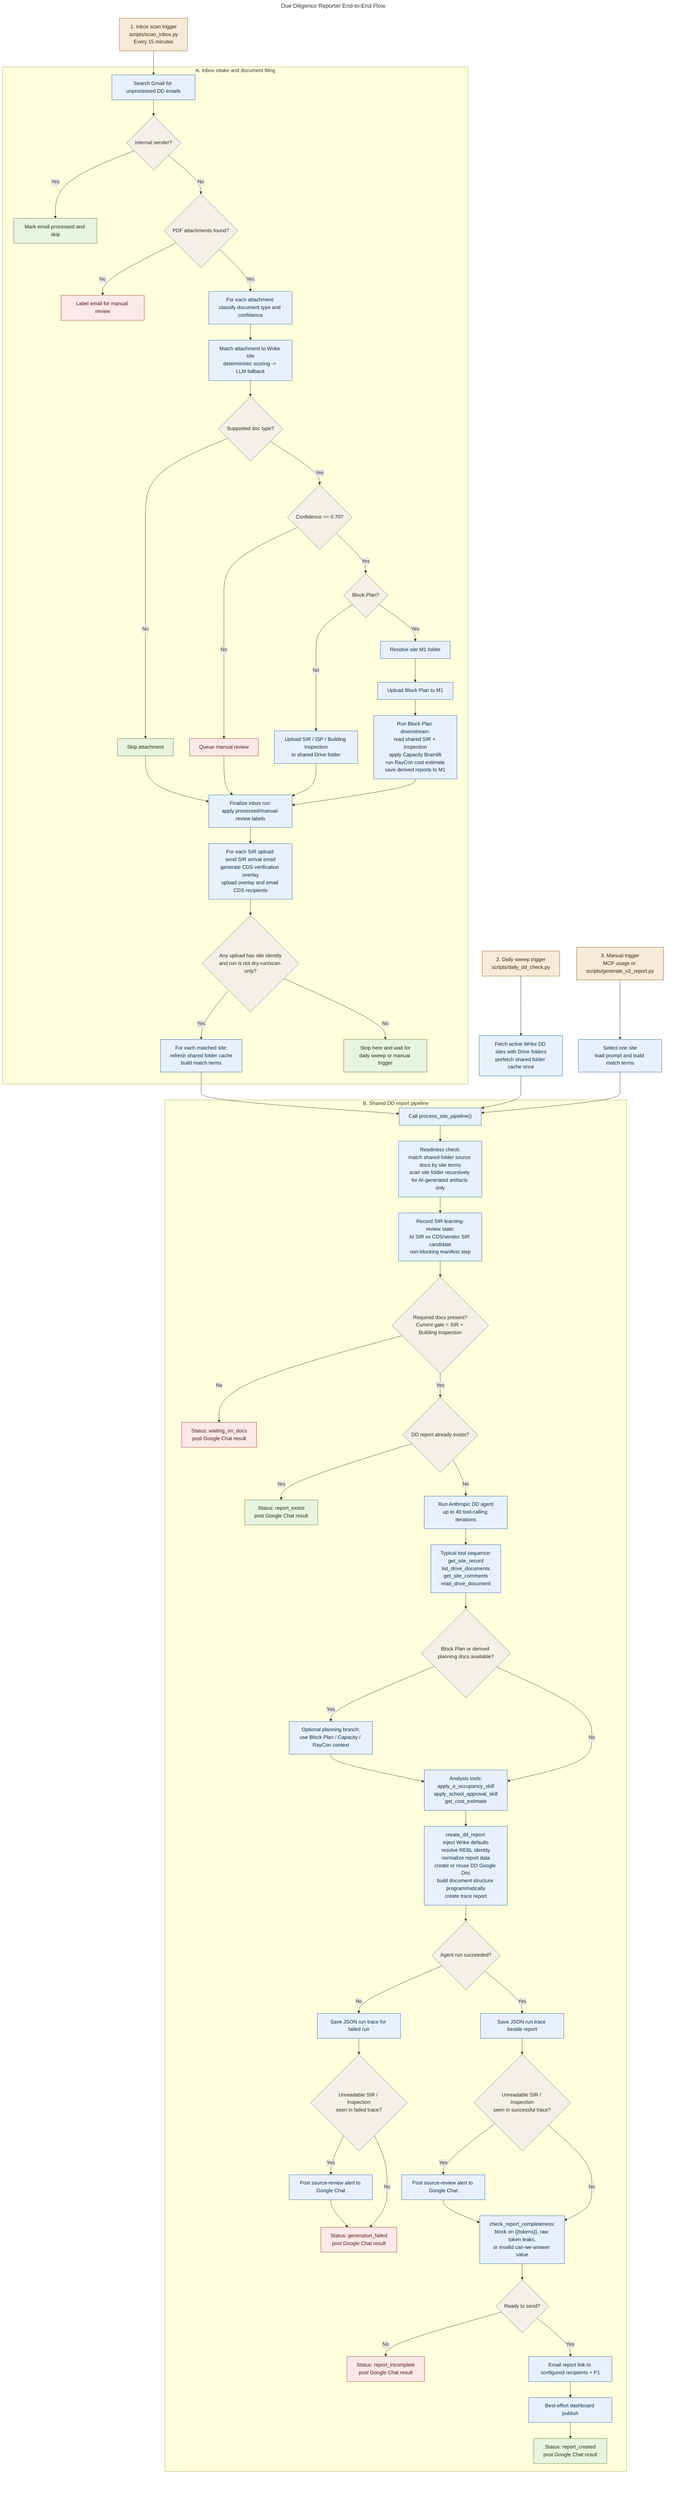
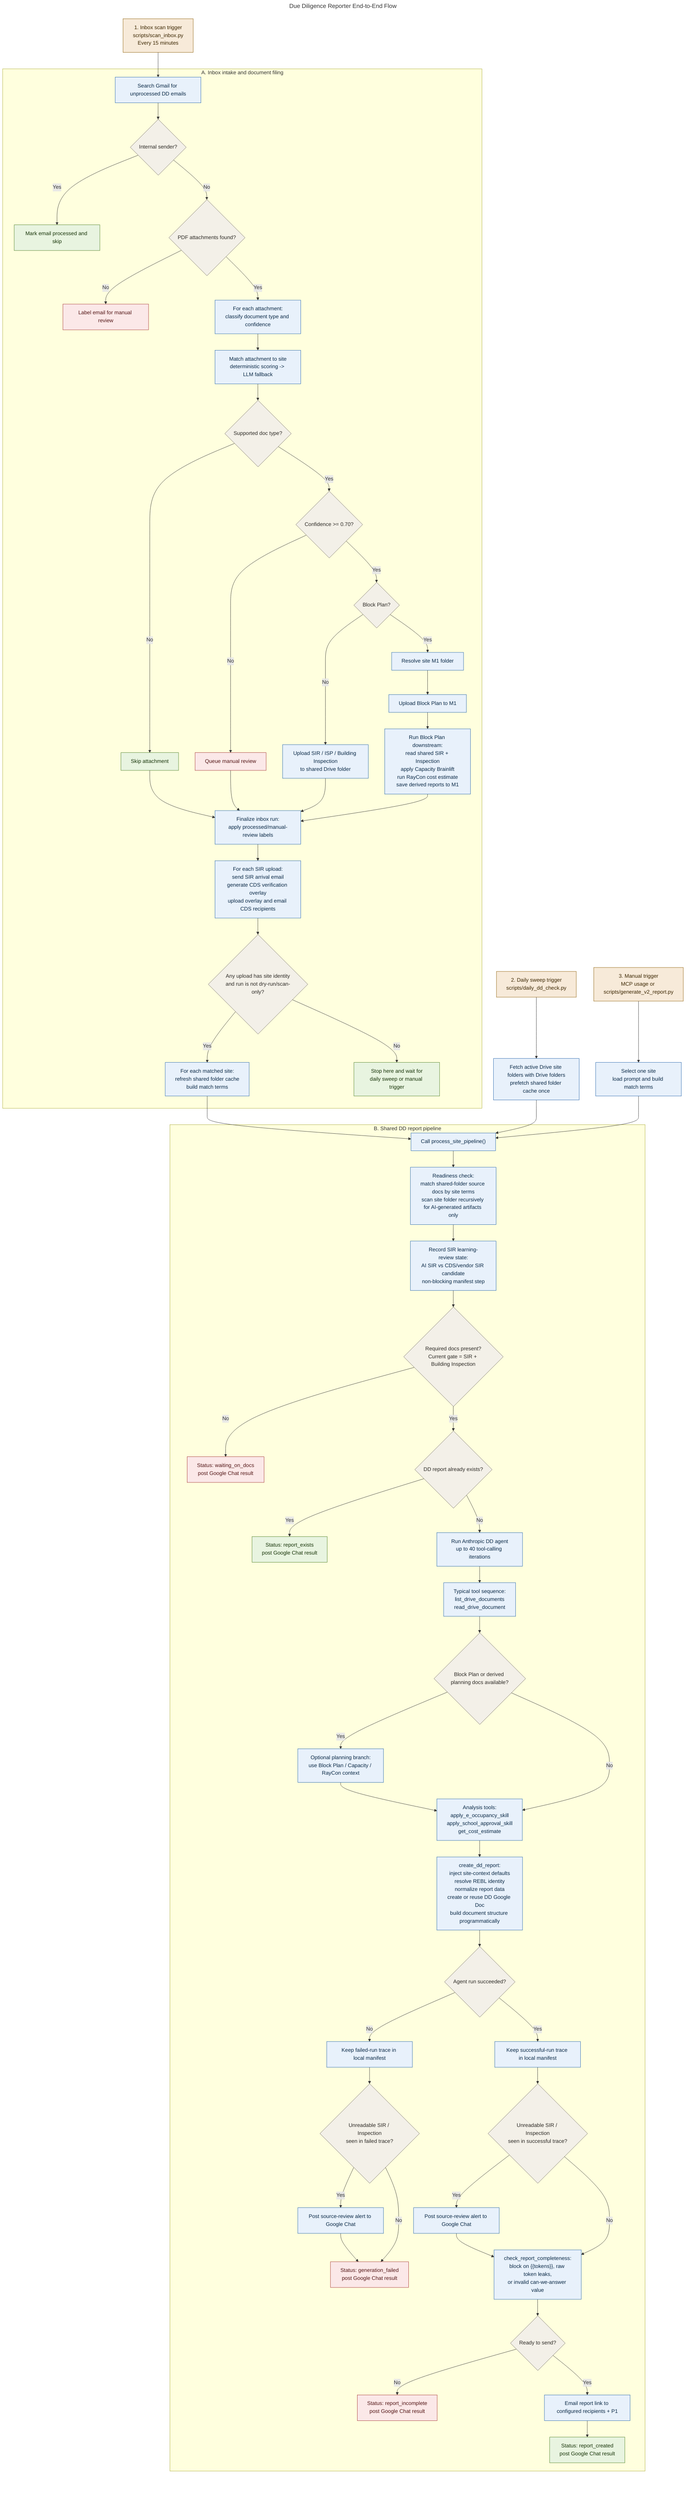
---
title: Due Diligence Reporter End-to-End Flow
---
flowchart TD
    A1["1. Inbox scan trigger<br/>scripts/scan_inbox.py<br/>Every 15 minutes"]
    A2["2. Daily sweep trigger<br/>scripts/daily_dd_check.py"]
    A3["3. Manual trigger<br/>MCP usage or scripts/generate_v2_report.py"]

    subgraph Intake["A. Inbox intake and document filing"]
        I1["Search Gmail for unprocessed DD emails"]
        I2{"Internal sender?"}
        I3["Mark email processed and skip"]
        I4{"PDF attachments found?"}
        I5["Label email for manual review"]
        I6["For each attachment:<br/>classify document type and confidence"]
-         I7["Match attachment to Wrike site<br/>deterministic scoring -> LLM fallback"]
+         I7["Match attachment to site<br/>deterministic scoring -> LLM fallback"]
        I8{"Supported doc type?"}
        I9["Skip attachment"]
        I10{"Confidence >= 0.70?"}
        I11["Queue manual review"]
        I12{"Block Plan?"}
        I13["Upload SIR / ISP / Building Inspection<br/>to shared Drive folder"]
        I14["Resolve site M1 folder"]
        I15["Upload Block Plan to M1"]
        I16["Run Block Plan downstream:<br/>read shared SIR + Inspection<br/>apply Capacity Brainlift<br/>run RayCon cost estimate<br/>save derived reports to M1"]
        I17["Finalize inbox run:<br/>apply processed/manual-review labels"]
        I18["For each SIR upload:<br/>send SIR arrival email<br/>generate CDS verification overlay<br/>upload overlay and email CDS recipients"]
        I19{"Any upload has site identity<br/>and run is not dry-run/scan-only?"}
        I20["For each matched site:<br/>refresh shared folder cache<br/>build match terms"]
        I21["Stop here and wait for<br/>daily sweep or manual trigger"]
    end

    subgraph Pipeline["B. Shared DD report pipeline"]
        P0["Call process_site_pipeline()"]
        P1["Readiness check:<br/>match shared-folder source docs by site terms<br/>scan site folder recursively for AI-generated artifacts only"]
        P1A["Record SIR learning-review state:<br/>AI SIR vs CDS/vendor SIR candidate<br/>non-blocking manifest step"]
        P2{"Required docs present?<br/>Current gate = SIR + Building Inspection"}
        P3["Status: waiting_on_docs<br/>post Google Chat result"]
        P4{"DD report already exists?"}
        P5["Status: report_exists<br/>post Google Chat result"]
        P6["Run Anthropic DD agent<br/>up to 40 tool-calling iterations"]
-         P7["Typical tool sequence:<br/>get_site_record<br/>list_drive_documents<br/>get_site_comments<br/>read_drive_document"]
+         P7["Typical tool sequence:<br/>list_drive_documents<br/>read_drive_document"]
        P8{"Block Plan or derived planning docs available?"}
        P9["Optional planning branch:<br/>use Block Plan / Capacity / RayCon context"]
        P10["Analysis tools:<br/>apply_e_occupancy_skill<br/>apply_school_approval_skill<br/>get_cost_estimate"]
-         P11["create_dd_report:<br/>inject Wrike defaults<br/>resolve REBL identity<br/>normalize report data<br/>create or reuse DD Google Doc<br/>build document structure programmatically<br/>create trace report"]
+         P11["create_dd_report:<br/>inject site-context defaults<br/>resolve REBL identity<br/>normalize report data<br/>create or reuse DD Google Doc<br/>build document structure programmatically"]
        P12{"Agent run succeeded?"}
-         P13["Save JSON run trace for failed run"]
+         P13["Keep failed-run trace in local manifest"]
        P14{"Unreadable SIR / Inspection<br/>seen in failed trace?"}
        P15["Post source-review alert to Google Chat"]
        P16["Status: generation_failed<br/>post Google Chat result"]
-         P17["Save JSON run trace beside report"]
+         P17["Keep successful-run trace in local manifest"]
        P18{"Unreadable SIR / Inspection<br/>seen in successful trace?"}
        P19["Post source-review alert to Google Chat"]
        P20["check_report_completeness:<br/>block on {{tokens}}, raw token leaks,<br/>or invalid can-we-answer value"]
        P21{"Ready to send?"}
        P22["Status: report_incomplete<br/>post Google Chat result"]
        P23["Email report link to configured recipients + P1"]
-         P24["Best-effort dashboard publish"]
-         P25["Status: report_created<br/>post Google Chat result"]
+         P24["Status: report_created<br/>post Google Chat result"]
    end

    A1 --> I1
    I1 --> I2
    I2 -- Yes --> I3
    I2 -- No --> I4
    I4 -- No --> I5
    I4 -- Yes --> I6
    I6 --> I7
    I7 --> I8
    I8 -- No --> I9
    I8 -- Yes --> I10
    I10 -- No --> I11
    I10 -- Yes --> I12
    I12 -- No --> I13
    I12 -- Yes --> I14
    I14 --> I15 --> I16
    I9 --> I17
    I11 --> I17
    I13 --> I17
    I16 --> I17
    I17 --> I18 --> I19
    I19 -- Yes --> I20 --> P0
    I19 -- No --> I21

-     A2 --> D1["Fetch active Wrike DD sites with Drive folders<br/>prefetch shared folder cache once"]
+     A2 --> D1["Fetch active Drive site folders with Drive folders<br/>prefetch shared folder cache once"]
    D1 --> P0

    A3 --> D2["Select one site<br/>load prompt and build match terms"]
    D2 --> P0

    P0 --> P1 --> P1A --> P2
    P2 -- No --> P3
    P2 -- Yes --> P4
    P4 -- Yes --> P5
    P4 -- No --> P6
    P6 --> P7 --> P8
    P8 -- Yes --> P9 --> P10
    P8 -- No --> P10
    P10 --> P11 --> P12
    P12 -- No --> P13 --> P14
    P14 -- Yes --> P15 --> P16
    P14 -- No --> P16
    P12 -- Yes --> P17 --> P18
    P18 -- Yes --> P19 --> P20
    P18 -- No --> P20
    P20 --> P21
    P21 -- No --> P22
-     P21 -- Yes --> P23 --> P24 --> P25
+     P21 -- Yes --> P23 --> P24

    classDef trigger fill:#f7ead9,stroke:#8a5a00,color:#3b2600;
    classDef process fill:#e8f1fb,stroke:#1d5fa7,color:#0a2946;
    classDef decision fill:#f3f0e8,stroke:#6b655d,color:#2d2a26;
    classDef output fill:#e8f4e0,stroke:#467a1f,color:#173408;
    classDef alert fill:#fbe8e8,stroke:#a02d2d,color:#531616;

    class A1,A2,A3 trigger;
-     class I1,I6,I7,I13,I14,I15,I16,I17,I18,I20,D1,D2,P0,P1,P1A,P6,P7,P9,P10,P11,P13,P15,P17,P19,P20,P23,P24 process;
+     class I1,I6,I7,I13,I14,I15,I16,I17,I18,I20,D1,D2,P0,P1,P1A,P6,P7,P9,P10,P11,P13,P15,P17,P19,P20,P23 process;
    class I2,I4,I8,I10,I12,I19,P2,P4,P8,P12,P14,P18,P21 decision;
-     class I3,I9,I21,P5,P25 output;
+     class I3,I9,I21,P5,P24 output;
    class I5,I11,P3,P16,P22 alert;
